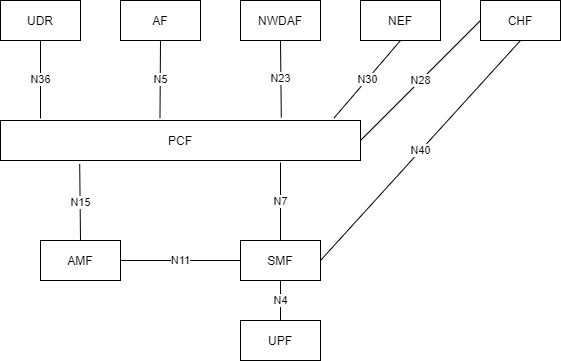
Above: documentation/images/PCF Interfaces.png in emanuelfreitas/3gpp-documentation (draw.io), before the change. Source tidied: cells renumbered, new cells last; positions are measured from the earlier drawing's top-left corner, leaving out a move shared by most shapes.
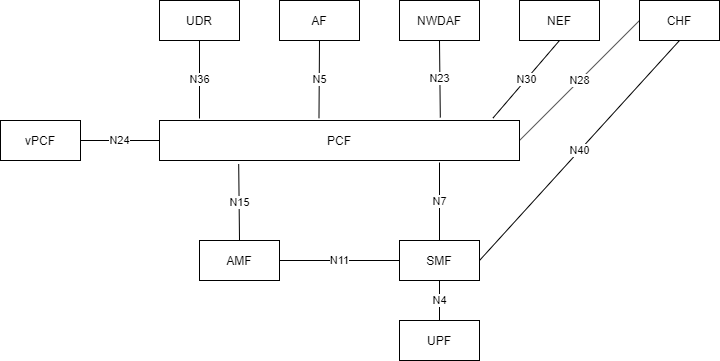
The same file after the commit.

Diff of the diagram source:
```diff
@@ -63,5 +63,11 @@
     <mxCell id="20" value="UPF" style="rounded=0;whiteSpace=wrap;html=1;" parent="1" vertex="1">
       <mxGeometry x="240" y="320" width="80" height="40" as="geometry" />
     </mxCell>
+    <mxCell id="21" value="vPCF" style="rounded=0;whiteSpace=wrap;html=1;" parent="1" vertex="1">
+      <mxGeometry x="-159" y="120" width="80" height="40" as="geometry" />
+    </mxCell>
+    <mxCell id="22" value="N24" style="endArrow=none;html=1;entryX=1;entryY=0.5;entryDx=0;entryDy=0;exitX=0;exitY=0.5;exitDx=0;exitDy=0;" parent="1" edge="1" source="2" target="21">
+      <mxGeometry relative="1" as="geometry" />
+    </mxCell>
   </root>
 </mxGraphModel>
```
